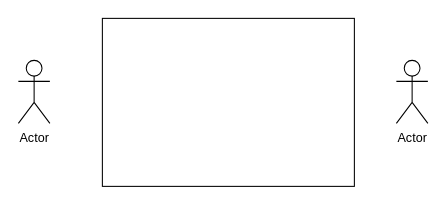
The draw.io diagram Untitled Diagram.drawio in nateqdruen/CISC210Draw, before the edit. Source tidied: cells renumbered, new cells numbered last; positions are measured from the earlier drawing's top-left corner, leaving out a move shared by most shapes. Both pictures are drawn from the tidied source at 105%, with x=0, y=0 at pixel (18, 18).
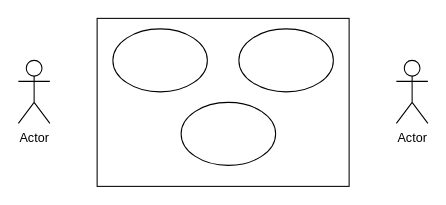
After the change.

Commit message:
Update Untitled Diagram 2.drawio

Diff of the diagram source:
```diff
@@
 <mxGraphModel>
   <root>
     <mxCell id="0" />
     <mxCell id="1" parent="0" />
+    <mxCell id="3" style="rounded=0;whiteSpace=wrap;html=1;" parent="1" vertex="1">
+      <mxGeometry x="75" width="240" height="160" as="geometry" />
+    </mxCell>
     <mxCell id="2" value="Actor" style="shape=umlActor;verticalLabelPosition=bottom;labelBackgroundColor=#ffffff;verticalAlign=top;html=1;" parent="1" vertex="1">
       <mxGeometry y="40" width="30" height="60" as="geometry" />
     </mxCell>
-    <mxCell id="3" style="rounded=0;whiteSpace=wrap;html=1;" parent="1" vertex="1">
-      <mxGeometry x="80" width="240" height="160" as="geometry" />
-    </mxCell>
     <mxCell id="4" value="Actor" style="shape=umlActor;verticalLabelPosition=bottom;labelBackgroundColor=#ffffff;verticalAlign=top;html=1;" parent="1" vertex="1">
       <mxGeometry x="360" y="40" width="30" height="60" as="geometry" />
     </mxCell>
+    <mxCell id="5" style="ellipse;whiteSpace=wrap;html=1;" parent="1" vertex="1">
+      <mxGeometry x="90" y="10" width="90" height="60" as="geometry" />
+    </mxCell>
+    <mxCell id="6" style="ellipse;whiteSpace=wrap;html=1;" parent="1" vertex="1">
+      <mxGeometry x="210" y="10" width="90" height="60" as="geometry" />
+    </mxCell>
+    <mxCell id="7" style="ellipse;whiteSpace=wrap;html=1;" parent="1" vertex="1">
+      <mxGeometry x="155" y="80" width="90" height="60" as="geometry" />
+    </mxCell>
   </root>
 </mxGraphModel>
```
